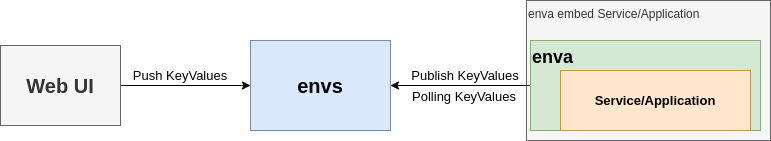
The draw.io diagram assets/images/envs-arch.png in tespkg/enva-release, before a commit. Source tidied: cells renumbered, new cells last; positions are measured from the earlier drawing's top-left corner, leaving out a move shared by most shapes.
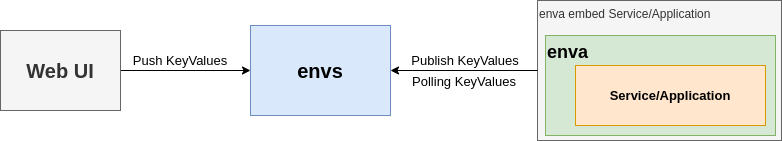
After the change.

The edit, as a diff of the source:
```diff
@@ -3,19 +3,19 @@
     <mxCell id="0" />
     <mxCell id="1" parent="0" />
     <mxCell id="2" value="enva embed Service/Application" style="rounded=0;whiteSpace=wrap;html=1;fontSize=12;align=left;fillColor=#f5f5f5;strokeColor=#666666;fontColor=#333333;verticalAlign=top;" parent="1" vertex="1">
-      <mxGeometry x="526" width="244" height="140" as="geometry" />
+      <mxGeometry x="537" y="15" width="244" height="140" as="geometry" />
     </mxCell>
     <mxCell id="3" value="envs" style="rounded=0;whiteSpace=wrap;html=1;fontSize=20;align=center;fillColor=#dae8fc;strokeColor=#6c8ebf;fontStyle=1;" parent="1" vertex="1">
       <mxGeometry x="250" y="40" width="140" height="90" as="geometry" />
     </mxCell>
-    <mxCell id="4" style="edgeStyle=orthogonalEdgeStyle;rounded=0;jettySize=auto;html=1;exitX=0;exitY=0.5;exitDx=0;exitDy=0;entryX=1;entryY=0.5;entryDx=0;entryDy=0;fontSize=13;" parent="1" edge="1" source="5" target="3">
+    <mxCell id="4" style="edgeStyle=orthogonalEdgeStyle;rounded=0;jettySize=auto;html=1;exitX=0;exitY=0.5;exitDx=0;exitDy=0;entryX=1;entryY=0.5;entryDx=0;entryDy=0;fontSize=13;" parent="1" edge="1" source="2" target="3">
       <mxGeometry relative="1" as="geometry" />
     </mxCell>
     <mxCell id="5" value="enva" style="rounded=0;whiteSpace=wrap;html=1;fontSize=18;align=left;verticalAlign=top;fillColor=#d5e8d4;strokeColor=#82b366;fontStyle=1;" parent="1" vertex="1">
-      <mxGeometry x="530" y="40" width="230" height="90" as="geometry" />
+      <mxGeometry x="545" y="50" width="230" height="100" as="geometry" />
     </mxCell>
     <mxCell id="6" value="Service/Application" style="rounded=0;whiteSpace=wrap;html=1;fontSize=13;align=center;fillColor=#ffe6cc;strokeColor=#d79b00;fontStyle=1;" parent="1" vertex="1">
-      <mxGeometry x="560" y="70" width="190" height="60" as="geometry" />
+      <mxGeometry x="575" y="80" width="190" height="60" as="geometry" />
     </mxCell>
     <mxCell id="7" style="edgeStyle=orthogonalEdgeStyle;rounded=0;jettySize=auto;html=1;exitX=1;exitY=0.5;exitDx=0;exitDy=0;entryX=0;entryY=0.5;entryDx=0;entryDy=0;fontSize=13;" parent="1" edge="1" source="8" target="3">
       <mxGeometry relative="1" as="geometry" />
```
